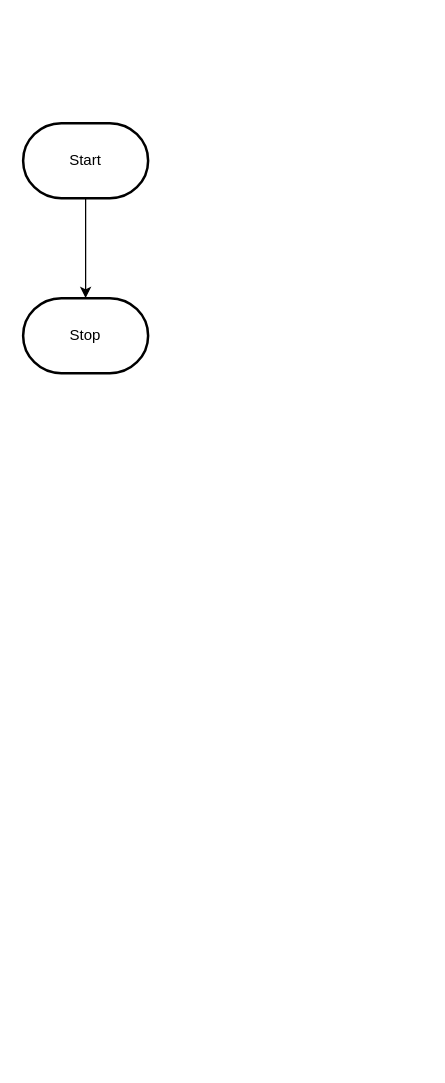
MTHS-ICD2O-1-2023/ICD2O-Assignment-06-clara-tyman keeps this draw.io diagram as design/flowchart.drawio. Above is the earlier version. Source tidied: cells renumbered, new cells numbered last; positions are measured from the earlier drawing's top-left corner, leaving out a move shared by most shapes. Both pictures are drawn from the tidied source at 125%, with x=0, y=0 at pixel (22, 122).
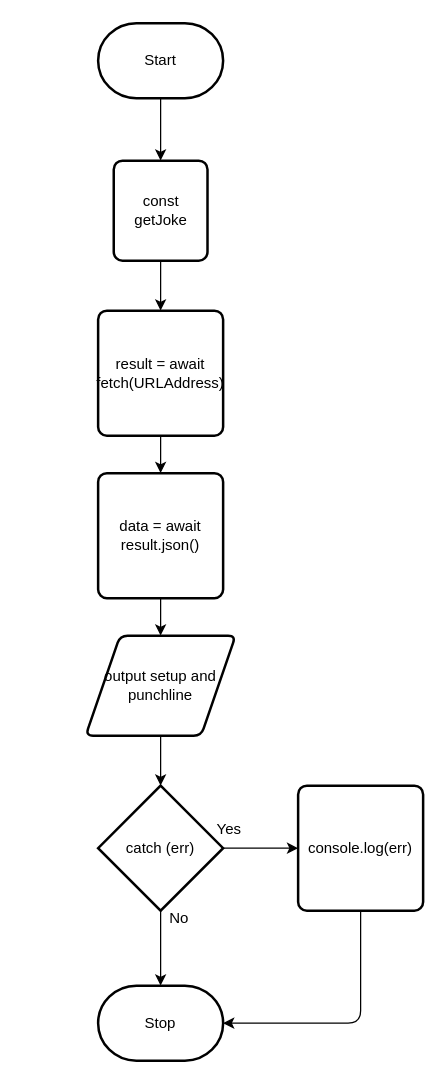
Above is the later version.

Commit message (it also covers changes not shown here):
flow and story

What changed in the source:
```diff
@@
-    <mxCell id="2" style="edgeStyle=orthogonalEdgeStyle;html=1;rounded=0;" parent="1" edge="1" source="3" target="4">
-      <mxGeometry relative="1" as="geometry" />
-    </mxCell>
+    <mxCell id="5" style="edgeStyle=orthogonalEdgeStyle;html=1;entryX=0.5;entryY=0;entryDx=0;entryDy=0;" parent="1" edge="1" source="3" target="20">
+      <mxGeometry relative="1" as="geometry" />
+    </mxCell>
     <mxCell id="3" value="Start" style="strokeWidth=2;html=1;shape=mxgraph.flowchart.terminator;whiteSpace=wrap;" parent="1" vertex="1">
-      <mxGeometry width="100" height="60" as="geometry" />
+      <mxGeometry x="60" y="-80" width="100" height="60" as="geometry" />
     </mxCell>
     <mxCell id="4" value="Stop" style="strokeWidth=2;html=1;shape=mxgraph.flowchart.terminator;whiteSpace=wrap;" parent="1" vertex="1">
-      <mxGeometry y="140" width="100" height="60" as="geometry" />
+      <mxGeometry x="60" y="690" width="100" height="60" as="geometry" />
     </mxCell>
+    <mxCell id="6" style="edgeStyle=none;html=1;entryX=0.5;entryY=0;entryDx=0;entryDy=0;" parent="1" edge="1" source="7" target="9">
+      <mxGeometry relative="1" as="geometry" />
+    </mxCell>
+    <mxCell id="7" value="result = await fetch(URLAddress)" style="rounded=1;whiteSpace=wrap;html=1;absoluteArcSize=1;arcSize=14;strokeWidth=2;" parent="1" vertex="1">
+      <mxGeometry x="60" y="150" width="100" height="100" as="geometry" />
+    </mxCell>
+    <mxCell id="8" style="edgeStyle=none;html=1;entryX=0.5;entryY=0;entryDx=0;entryDy=0;" parent="1" edge="1" source="9" target="11">
+      <mxGeometry relative="1" as="geometry" />
+    </mxCell>
+    <mxCell id="9" value="data = await result.json()" style="rounded=1;whiteSpace=wrap;html=1;absoluteArcSize=1;arcSize=14;strokeWidth=2;" parent="1" vertex="1">
+      <mxGeometry x="60" y="280" width="100" height="100" as="geometry" />
+    </mxCell>
+    <mxCell id="10" style="edgeStyle=none;html=1;entryX=0.5;entryY=0;entryDx=0;entryDy=0;entryPerimeter=0;" parent="1" edge="1" source="11" target="14">
+      <mxGeometry relative="1" as="geometry" />
+    </mxCell>
+    <mxCell id="11" value="output setup and punchline" style="shape=parallelogram;html=1;strokeWidth=2;perimeter=parallelogramPerimeter;whiteSpace=wrap;rounded=1;arcSize=12;size=0.23;" parent="1" vertex="1">
+      <mxGeometry x="50" y="410" width="120" height="80" as="geometry" />
+    </mxCell>
+    <mxCell id="12" style="edgeStyle=none;html=1;entryX=0.5;entryY=0;entryDx=0;entryDy=0;entryPerimeter=0;" parent="1" edge="1" source="14" target="4">
+      <mxGeometry relative="1" as="geometry" />
+    </mxCell>
+    <mxCell id="13" style="edgeStyle=none;html=1;entryX=0;entryY=0.5;entryDx=0;entryDy=0;" parent="1" edge="1" source="14" target="17">
+      <mxGeometry relative="1" as="geometry" />
+    </mxCell>
+    <mxCell id="14" value="catch (err)" style="strokeWidth=2;html=1;shape=mxgraph.flowchart.decision;whiteSpace=wrap;" parent="1" vertex="1">
+      <mxGeometry x="60" y="530" width="100" height="100" as="geometry" />
+    </mxCell>
+    <mxCell id="15" value="No" style="text;html=1;strokeColor=none;fillColor=none;align=center;verticalAlign=middle;whiteSpace=wrap;rounded=0;" parent="1" vertex="1">
+      <mxGeometry x="95" y="621" width="60" height="30" as="geometry" />
+    </mxCell>
+    <mxCell id="16" style="edgeStyle=orthogonalEdgeStyle;html=1;entryX=1;entryY=0.5;entryDx=0;entryDy=0;entryPerimeter=0;" parent="1" edge="1" source="17" target="4">
+      <mxGeometry relative="1" as="geometry">
+        <Array as="points">
+          <mxPoint x="270" y="720" />
+        </Array>
+      </mxGeometry>
+    </mxCell>
+    <mxCell id="17" value="console.log(err)" style="rounded=1;whiteSpace=wrap;html=1;absoluteArcSize=1;arcSize=14;strokeWidth=2;" parent="1" vertex="1">
+      <mxGeometry x="220" y="530" width="100" height="100" as="geometry" />
+    </mxCell>
+    <mxCell id="18" value="Yes" style="text;html=1;strokeColor=none;fillColor=none;align=center;verticalAlign=middle;whiteSpace=wrap;rounded=0;" parent="1" vertex="1">
+      <mxGeometry x="135" y="550" width="60" height="30" as="geometry" />
+    </mxCell>
+    <mxCell id="19" style="edgeStyle=orthogonalEdgeStyle;html=1;entryX=0.5;entryY=0;entryDx=0;entryDy=0;" parent="1" edge="1" source="20" target="7">
+      <mxGeometry relative="1" as="geometry" />
+    </mxCell>
+    <mxCell id="20" value="const getJoke" style="rounded=1;whiteSpace=wrap;html=1;absoluteArcSize=1;arcSize=14;strokeWidth=2;" parent="1" vertex="1">
+      <mxGeometry x="72.5" y="30" width="75" height="80" as="geometry" />
+    </mxCell>
```
